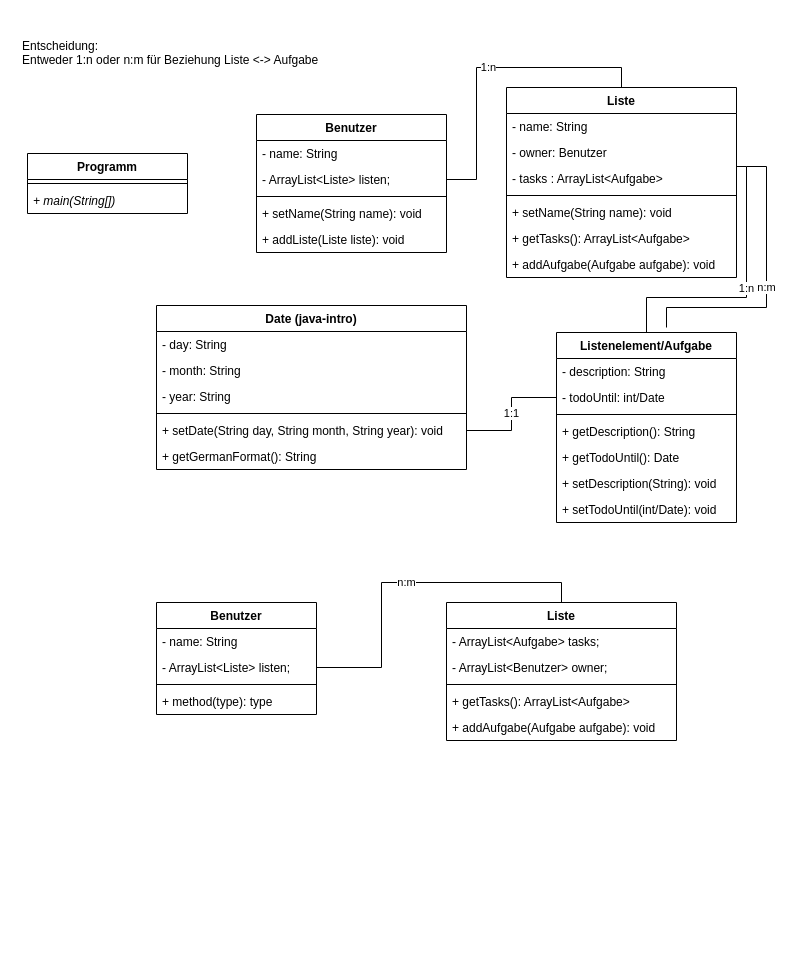
This is Todo-Liste.drawio from wwi20ama-programmierung/todo-list, a draw.io file, before an edit. Source tidied: cells renumbered, new cells numbered last; positions are measured from the earlier drawing's top-left corner, leaving out a move shared by most shapes. Both pictures are drawn from the tidied source at 100%, with x=0, y=0 at pixel (17, 17).
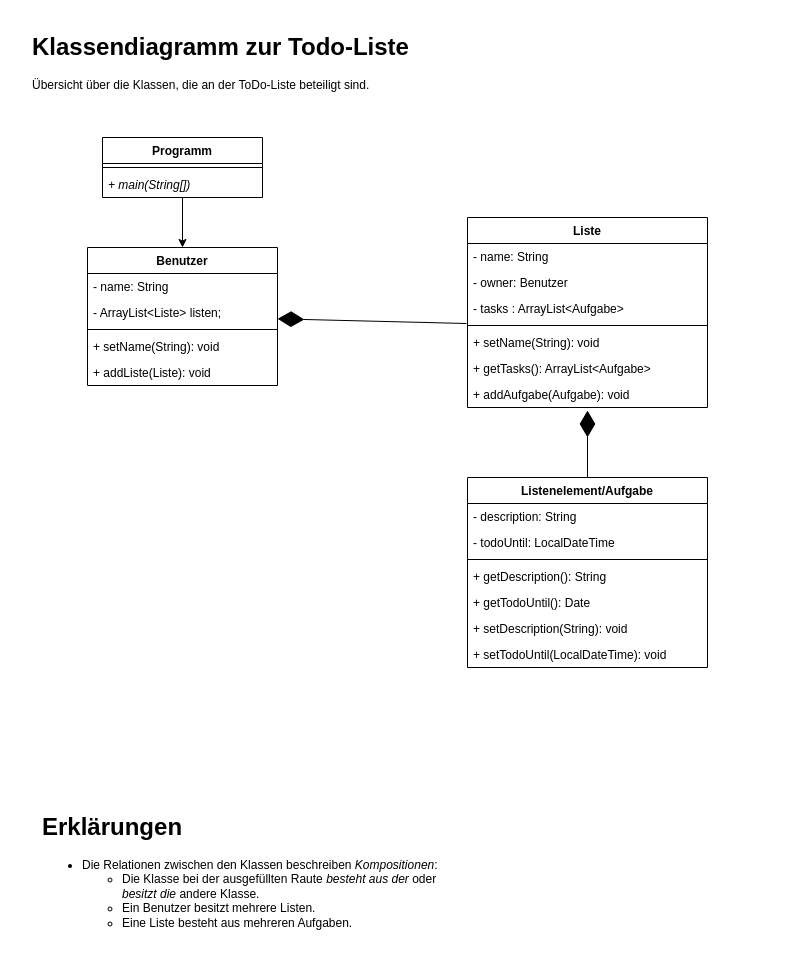
Above is the later version.

Commit message (it also covers changes not shown here):
Klassendiagramm überarbeitet.

Unchanged cells that the change refers to:
```xml
<mxCell id="32" value="- ArrayList&lt;Liste&gt; listen;" style="text;strokeColor=none;fillColor=none;align=left;verticalAlign=top;spacingLeft=4;spacingRight=4;overflow=hidden;points=[[0,0.5],[1,0.5]];portConstraint=eastwest;" parent="30" vertex="1">
  <mxGeometry y="52" width="190" height="26" as="geometry" />
</mxCell>
```

Diff of the diagram source:
```diff
@@
+    <mxCell id="51" style="edgeStyle=orthogonalEdgeStyle;rounded=0;jettySize=auto;html=1;entryX=0.5;entryY=0;entryDx=0;entryDy=0;" parent="1" edge="1" source="2" target="30">
+      <mxGeometry relative="1" as="geometry" />
+    </mxCell>
     <mxCell id="2" value="Programm" style="swimlane;fontStyle=1;align=center;verticalAlign=top;horizontal=1;startSize=26;" parent="1" vertex="1">
-      <mxGeometry x="10" y="136" width="160" height="60" as="geometry" />
+      <mxGeometry x="85" y="120" width="160" height="60" as="geometry" />
     </mxCell>
@@
     <mxCell id="5" value="Liste" style="swimlane;fontStyle=1;align=center;verticalAlign=top;horizontal=1;startSize=26;" parent="1" vertex="1">
-      <mxGeometry x="489" y="70" width="230" height="190" as="geometry" />
+      <mxGeometry x="450" y="200" width="240" height="190" as="geometry" />
     </mxCell>
     <mxCell id="6" value="- name: String" style="text;strokeColor=none;fillColor=none;align=left;verticalAlign=top;spacingLeft=4;spacingRight=4;overflow=hidden;fontStyle=0;" parent="5" vertex="1">
-      <mxGeometry y="26" width="230" height="26" as="geometry" />
+      <mxGeometry y="26" width="240" height="26" as="geometry" />
     </mxCell>
     <mxCell id="7" value="- owner: Benutzer" style="text;strokeColor=none;fillColor=none;align=left;verticalAlign=top;spacingLeft=4;spacingRight=4;overflow=hidden;fontStyle=0;" parent="5" vertex="1">
-      <mxGeometry y="52" width="230" height="26" as="geometry" />
+      <mxGeometry y="52" width="240" height="26" as="geometry" />
     </mxCell>
     <mxCell id="8" value="- tasks : ArrayList&lt;Aufgabe&gt;" style="text;strokeColor=none;fillColor=none;align=left;verticalAlign=top;spacingLeft=4;spacingRight=4;overflow=hidden;points=[[0,0.5],[1,0.5]];portConstraint=eastwest;fontStyle=0;" parent="5" vertex="1">
-      <mxGeometry y="78" width="230" height="26" as="geometry" />
+      <mxGeometry y="78" width="240" height="26" as="geometry" />
     </mxCell>
     <mxCell id="9" style="line;strokeWidth=1;fillColor=none;align=left;verticalAlign=middle;spacingTop=-1;spacingLeft=3;spacingRight=3;labelPosition=right;points=[];portConstraint=eastwest;" parent="5" vertex="1">
-      <mxGeometry y="104" width="230" height="8" as="geometry" />
+      <mxGeometry y="104" width="240" height="8" as="geometry" />
     </mxCell>
-    <mxCell id="10" value="+ setName(String name): void" style="text;strokeColor=none;fillColor=none;align=left;verticalAlign=top;spacingLeft=4;spacingRight=4;overflow=hidden;fontStyle=0;" parent="5" vertex="1">
-      <mxGeometry y="112" width="230" height="26" as="geometry" />
+    <mxCell id="10" value="+ setName(String): void" style="text;strokeColor=none;fillColor=none;align=left;verticalAlign=top;spacingLeft=4;spacingRight=4;overflow=hidden;fontStyle=0;" parent="5" vertex="1">
+      <mxGeometry y="112" width="240" height="26" as="geometry" />
     </mxCell>
     <mxCell id="11" value="+ getTasks(): ArrayList&lt;Aufgabe&gt;" style="text;strokeColor=none;fillColor=none;align=left;verticalAlign=top;spacingLeft=4;spacingRight=4;overflow=hidden;fontStyle=0;" parent="5" vertex="1">
-      <mxGeometry y="138" width="230" height="26" as="geometry" />
+      <mxGeometry y="138" width="240" height="26" as="geometry" />
     </mxCell>
-    <mxCell id="12" value="+ addAufgabe(Aufgabe aufgabe): void" style="text;strokeColor=none;fillColor=none;align=left;verticalAlign=top;spacingLeft=4;spacingRight=4;overflow=hidden;points=[[0,0.5],[1,0.5]];portConstraint=eastwest;fontStyle=0;" parent="5" vertex="1">
-      <mxGeometry y="164" width="230" height="26" as="geometry" />
+    <mxCell id="12" value="+ addAufgabe(Aufgabe): void" style="text;strokeColor=none;fillColor=none;align=left;verticalAlign=top;spacingLeft=4;spacingRight=4;overflow=hidden;points=[[0,0.5],[1,0.5]];portConstraint=eastwest;fontStyle=0;" parent="5" vertex="1">
+      <mxGeometry y="164" width="240" height="26" as="geometry" />
     </mxCell>
     <mxCell id="13" value="Listenelement/Aufgabe" style="swimlane;fontStyle=1;align=center;verticalAlign=top;horizontal=1;startSize=26;" parent="1" vertex="1">
-      <mxGeometry x="539" y="315" width="180" height="190" as="geometry" />
+      <mxGeometry x="450" y="460" width="240" height="190" as="geometry" />
     </mxCell>
     <mxCell id="14" value="- description: String" style="text;strokeColor=none;fillColor=none;align=left;verticalAlign=top;spacingLeft=4;spacingRight=4;overflow=hidden;" parent="13" vertex="1">
-      <mxGeometry y="26" width="180" height="26" as="geometry" />
+      <mxGeometry y="26" width="240" height="26" as="geometry" />
     </mxCell>
-    <mxCell id="15" value="- todoUntil: int/Date" style="text;strokeColor=none;fillColor=none;align=left;verticalAlign=top;spacingLeft=4;spacingRight=4;overflow=hidden;points=[[0,0.5],[1,0.5]];portConstraint=eastwest;" parent="13" vertex="1">
-      <mxGeometry y="52" width="180" height="26" as="geometry" />
+    <mxCell id="15" value="- todoUntil: LocalDateTime" style="text;strokeColor=none;fillColor=none;align=left;verticalAlign=top;spacingLeft=4;spacingRight=4;overflow=hidden;points=[[0,0.5],[1,0.5]];portConstraint=eastwest;" parent="13" vertex="1">
+      <mxGeometry y="52" width="240" height="26" as="geometry" />
     </mxCell>
     <mxCell id="16" style="line;strokeWidth=1;fillColor=none;align=left;verticalAlign=middle;spacingTop=-1;spacingLeft=3;spacingRight=3;labelPosition=right;" parent="13" vertex="1">
-      <mxGeometry y="78" width="180" height="8" as="geometry" />
+      <mxGeometry y="78" width="240" height="8" as="geometry" />
     </mxCell>
     <mxCell id="17" value="+ getDescription(): String" style="text;strokeColor=none;fillColor=none;align=left;verticalAlign=top;spacingLeft=4;spacingRight=4;overflow=hidden;" parent="13" vertex="1">
-      <mxGeometry y="86" width="180" height="26" as="geometry" />
+      <mxGeometry y="86" width="240" height="26" as="geometry" />
     </mxCell>
     <mxCell id="18" value="+ getTodoUntil(): Date" style="text;strokeColor=none;fillColor=none;align=left;verticalAlign=top;spacingLeft=4;spacingRight=4;overflow=hidden;" parent="13" vertex="1">
-      <mxGeometry y="112" width="180" height="26" as="geometry" />
+      <mxGeometry y="112" width="240" height="26" as="geometry" />
     </mxCell>
     <mxCell id="19" value="+ setDescription(String): void" style="text;strokeColor=none;fillColor=none;align=left;verticalAlign=top;spacingLeft=4;spacingRight=4;overflow=hidden;" parent="13" vertex="1">
-      <mxGeometry y="138" width="180" height="26" as="geometry" />
+      <mxGeometry y="138" width="240" height="26" as="geometry" />
     </mxCell>
-    <mxCell id="20" value="+ setTodoUntil(int/Date): void" style="text;strokeColor=none;fillColor=none;align=left;verticalAlign=top;spacingLeft=4;spacingRight=4;overflow=hidden;" parent="13" vertex="1">
-      <mxGeometry y="164" width="180" height="26" as="geometry" />
+    <mxCell id="20" value="+ setTodoUntil(LocalDateTime): void" style="text;strokeColor=none;fillColor=none;align=left;verticalAlign=top;spacingLeft=4;spacingRight=4;overflow=hidden;" parent="13" vertex="1">
+      <mxGeometry y="164" width="240" height="26" as="geometry" />
     </mxCell>
-    <mxCell id="21" value="Date (java-intro)" style="swimlane;fontStyle=1;align=center;verticalAlign=top;horizontal=1;startSize=26;" parent="1" vertex="1">
-      <mxGeometry x="139" y="288" width="310" height="164" as="geometry" />
-    </mxCell>
-    <mxCell id="22" value="- day: String" style="text;strokeColor=none;fillColor=none;align=left;verticalAlign=top;spacingLeft=4;spacingRight=4;overflow=hidden;fontStyle=0;" parent="21" vertex="1">
-      <mxGeometry y="26" width="310" height="26" as="geometry" />
-    </mxCell>
-    <mxCell id="23" value="- month: String" style="text;strokeColor=none;fillColor=none;align=left;verticalAlign=top;spacingLeft=4;spacingRight=4;overflow=hidden;fontStyle=0;" parent="21" vertex="1">
-      <mxGeometry y="52" width="310" height="26" as="geometry" />
-    </mxCell>
-    <mxCell id="24" value="- year: String" style="text;strokeColor=none;fillColor=none;align=left;verticalAlign=top;spacingLeft=4;spacingRight=4;overflow=hidden;fontStyle=0;" parent="21" vertex="1">
-      <mxGeometry y="78" width="310" height="26" as="geometry" />
-    </mxCell>
-    <mxCell id="25" style="line;strokeWidth=1;fillColor=none;align=left;verticalAlign=middle;spacingTop=-1;spacingLeft=3;spacingRight=3;labelPosition=right;" parent="21" vertex="1">
-      <mxGeometry y="104" width="310" height="8" as="geometry" />
-    </mxCell>
-    <mxCell id="26" value="+ setDate(String day, String month, String year): void" style="text;strokeColor=none;fillColor=none;align=left;verticalAlign=top;spacingLeft=4;spacingRight=4;overflow=hidden;points=[[0,0.5],[1,0.5]];portConstraint=eastwest;fontStyle=0;" parent="21" vertex="1">
-      <mxGeometry y="112" width="310" height="26" as="geometry" />
-    </mxCell>
-    <mxCell id="27" value="+ getGermanFormat(): String" style="text;strokeColor=none;fillColor=none;align=left;verticalAlign=top;spacingLeft=4;spacingRight=4;overflow=hidden;fontStyle=0;" parent="21" vertex="1">
-      <mxGeometry y="138" width="310" height="26" as="geometry" />
-    </mxCell>
-    <mxCell id="28" value="1:1" style="edgeStyle=orthogonalEdgeStyle;rounded=0;jettySize=auto;html=1;exitX=1;exitY=0.5;exitDx=0;exitDy=0;entryX=0;entryY=0.5;entryDx=0;entryDy=0;endArrow=none;endFill=0;" parent="1" edge="1" source="26" target="15">
-      <mxGeometry relative="1" as="geometry" />
-    </mxCell>
-    <mxCell id="29" value="1:n" style="edgeStyle=orthogonalEdgeStyle;rounded=0;jettySize=auto;html=1;exitX=1;exitY=0.5;exitDx=0;exitDy=0;entryX=0.5;entryY=0;entryDx=0;entryDy=0;endArrow=none;endFill=0;" parent="1" edge="1" source="8" target="13">
-      <mxGeometry relative="1" as="geometry">
-        <Array as="points">
-          <mxPoint x="719" y="149" />
-          <mxPoint x="729" y="149" />
-          <mxPoint x="729" y="280" />
-          <mxPoint x="629" y="280" />
-        </Array>
-      </mxGeometry>
-    </mxCell>
     <mxCell id="30" value="Benutzer" style="swimlane;fontStyle=1;align=center;verticalAlign=top;horizontal=1;startSize=26;" parent="1" vertex="1">
-      <mxGeometry x="239" y="97" width="190" height="138" as="geometry" />
+      <mxGeometry x="70" y="230" width="190" height="138" as="geometry" />
     </mxCell>
@@
-    <mxCell id="34" value="+ setName(String name): void" style="text;strokeColor=none;fillColor=none;align=left;verticalAlign=top;spacingLeft=4;spacingRight=4;overflow=hidden;" parent="30" vertex="1">
+    <mxCell id="34" value="+ setName(String): void" style="text;strokeColor=none;fillColor=none;align=left;verticalAlign=top;spacingLeft=4;spacingRight=4;overflow=hidden;" parent="30" vertex="1">
       <mxGeometry y="86" width="190" height="26" as="geometry" />
     </mxCell>
-    <mxCell id="35" value="+ addListe(Liste liste): void" style="text;strokeColor=none;fillColor=none;align=left;verticalAlign=top;spacingLeft=4;spacingRight=4;overflow=hidden;" parent="30" vertex="1">
+    <mxCell id="35" value="+ addListe(Liste): void" style="text;strokeColor=none;fillColor=none;align=left;verticalAlign=top;spacingLeft=4;spacingRight=4;overflow=hidden;" parent="30" vertex="1">
       <mxGeometry y="112" width="190" height="26" as="geometry" />
     </mxCell>
-    <mxCell id="36" value="1:n" style="edgeStyle=orthogonalEdgeStyle;rounded=0;jettySize=auto;html=1;exitX=1;exitY=0.5;exitDx=0;exitDy=0;entryX=0.5;entryY=0;entryDx=0;entryDy=0;endArrow=none;endFill=0;" parent="1" edge="1" source="32" target="5">
-      <mxGeometry relative="1" as="geometry" />
-    </mxCell>
-    <mxCell id="37" value="Liste" style="swimlane;fontStyle=1;align=center;verticalAlign=top;horizontal=1;startSize=26;" parent="1" vertex="1">
-      <mxGeometry x="429" y="585" width="230" height="138" as="geometry" />
-    </mxCell>
-    <mxCell id="38" value="- ArrayList&lt;Aufgabe&gt; tasks;" style="text;strokeColor=none;fillColor=none;align=left;verticalAlign=top;spacingLeft=4;spacingRight=4;overflow=hidden;fontStyle=0;" parent="37" vertex="1">
-      <mxGeometry y="26" width="230" height="26" as="geometry" />
-    </mxCell>
-    <mxCell id="39" value="- ArrayList&lt;Benutzer&gt; owner;" style="text;strokeColor=none;fillColor=none;align=left;verticalAlign=top;spacingLeft=4;spacingRight=4;overflow=hidden;fontStyle=0;" parent="37" vertex="1">
-      <mxGeometry y="52" width="230" height="26" as="geometry" />
-    </mxCell>
-    <mxCell id="40" style="line;strokeWidth=1;fillColor=none;align=left;verticalAlign=middle;spacingTop=-1;spacingLeft=3;spacingRight=3;labelPosition=right;" parent="37" vertex="1">
-      <mxGeometry y="78" width="230" height="8" as="geometry" />
-    </mxCell>
-    <mxCell id="41" value="+ getTasks(): ArrayList&lt;Aufgabe&gt;" style="text;strokeColor=none;fillColor=none;align=left;verticalAlign=top;spacingLeft=4;spacingRight=4;overflow=hidden;fontStyle=0;" parent="37" vertex="1">
-      <mxGeometry y="86" width="230" height="26" as="geometry" />
-    </mxCell>
-    <mxCell id="42" value="+ addAufgabe(Aufgabe aufgabe): void" style="text;strokeColor=none;fillColor=none;align=left;verticalAlign=top;spacingLeft=4;spacingRight=4;overflow=hidden;fontStyle=0;" parent="37" vertex="1">
-      <mxGeometry y="112" width="230" height="26" as="geometry" />
-    </mxCell>
-    <mxCell id="43" value="Benutzer" style="swimlane;fontStyle=1;align=center;verticalAlign=top;horizontal=1;startSize=26;" parent="1" vertex="1">
-      <mxGeometry x="139" y="585" width="160" height="112" as="geometry" />
-    </mxCell>
-    <mxCell id="44" value="- name: String" style="text;strokeColor=none;fillColor=none;align=left;verticalAlign=top;spacingLeft=4;spacingRight=4;overflow=hidden;" parent="43" vertex="1">
-      <mxGeometry y="26" width="160" height="26" as="geometry" />
-    </mxCell>
-    <mxCell id="45" value="- ArrayList&lt;Liste&gt; listen;" style="text;strokeColor=none;fillColor=none;align=left;verticalAlign=top;spacingLeft=4;spacingRight=4;overflow=hidden;points=[[0,0.5],[1,0.5]];portConstraint=eastwest;" parent="43" vertex="1">
-      <mxGeometry y="52" width="160" height="26" as="geometry" />
-    </mxCell>
-    <mxCell id="46" style="line;strokeWidth=1;fillColor=none;align=left;verticalAlign=middle;spacingTop=-1;spacingLeft=3;spacingRight=3;labelPosition=right;" parent="43" vertex="1">
-      <mxGeometry y="78" width="160" height="8" as="geometry" />
-    </mxCell>
-    <mxCell id="47" value="+ method(type): type" style="text;strokeColor=none;fillColor=none;align=left;verticalAlign=top;spacingLeft=4;spacingRight=4;overflow=hidden;" parent="43" vertex="1">
-      <mxGeometry y="86" width="160" height="26" as="geometry" />
-    </mxCell>
-    <mxCell id="48" value="n:m" style="edgeStyle=orthogonalEdgeStyle;rounded=0;jettySize=auto;html=1;exitX=1;exitY=0.5;exitDx=0;exitDy=0;entryX=0.5;entryY=0;entryDx=0;entryDy=0;endArrow=none;endFill=0;" parent="1" edge="1" source="45" target="37">
-      <mxGeometry relative="1" as="geometry" />
-    </mxCell>
-    <mxCell id="49" value="n:m" style="edgeStyle=orthogonalEdgeStyle;rounded=0;orthogonalLoop=1;jettySize=auto;html=1;exitX=1;exitY=0.5;exitDx=0;exitDy=0;endArrow=none;endFill=0;" parent="1" edge="1">
-      <mxGeometry relative="1" as="geometry">
-        <mxPoint x="729" y="149" as="sourcePoint" />
-        <mxPoint x="649" y="310" as="targetPoint" />
-        <Array as="points">
-          <mxPoint x="749" y="149" />
-          <mxPoint x="749" y="290" />
-          <mxPoint x="649" y="290" />
-        </Array>
-      </mxGeometry>
-    </mxCell>
-    <mxCell id="50" value="Entscheidung:&#10;Entweder 1:n oder n:m für Beziehung Liste &lt;-&gt; Aufgabe" style="text;align=left;fontStyle=0;verticalAlign=middle;spacingLeft=3;spacingRight=3;strokeColor=none;" parent="1" vertex="1">
-      <mxGeometry width="330" height="70" as="geometry" />
-    </mxCell>
+    <mxCell id="52" style="endArrow=diamondThin;endFill=1;endSize=24;html=1;exitX=0.5;exitY=0;exitDx=0;exitDy=0;entryX=0.5;entryY=1.115;entryDx=0;entryDy=0;entryPerimeter=0;" parent="1" edge="1" source="13" target="12">
+      <mxGeometry relative="1" as="geometry" />
+    </mxCell>
+    <mxCell id="53" style="endArrow=diamondThin;endFill=1;endSize=24;html=1;exitX=-0.004;exitY=0.25;exitDx=0;exitDy=0;exitPerimeter=0;" parent="1" edge="1" source="9" target="30">
+      <mxGeometry relative="1" as="geometry" />
+    </mxCell>
+    <mxCell id="54" value="&lt;h1&gt;Erklärungen&lt;/h1&gt;&lt;p&gt;&lt;/p&gt;&lt;ul&gt;&lt;li&gt;Die Relationen zwischen den Klassen beschreiben &lt;i&gt;Kompositionen&lt;/i&gt;:&lt;/li&gt;&lt;ul&gt;&lt;li&gt;Die Klasse bei der ausgefüllten Raute &lt;i&gt;besteht aus der &lt;/i&gt;oder &lt;i&gt;besitzt die &lt;/i&gt;andere Klasse.&lt;/li&gt;&lt;li&gt;Ein Benutzer besitzt mehrere Listen.&lt;/li&gt;&lt;li&gt;Eine Liste besteht aus mehreren Aufgaben.&lt;/li&gt;&lt;/ul&gt;&lt;/ul&gt;&lt;br&gt;&lt;br&gt;&lt;p&gt;&lt;/p&gt;" style="text;html=1;strokeColor=none;fillColor=none;spacing=5;spacingTop=-20;whiteSpace=wrap;overflow=hidden;rounded=0;" parent="1" vertex="1">
+      <mxGeometry x="20" y="790" width="420" height="140" as="geometry" />
+    </mxCell>
+    <mxCell id="55" value="&lt;h1&gt;Klassendiagramm zur Todo-Liste&lt;/h1&gt;&lt;div&gt;Übersicht über die Klassen, die an der ToDo-Liste beteiligt sind.&lt;/div&gt;" style="text;html=1;strokeColor=none;fillColor=none;spacing=5;spacingTop=-20;whiteSpace=wrap;overflow=hidden;rounded=0;" parent="1" vertex="1">
+      <mxGeometry x="10" y="10" width="410" height="120" as="geometry" />
+    </mxCell>
```
